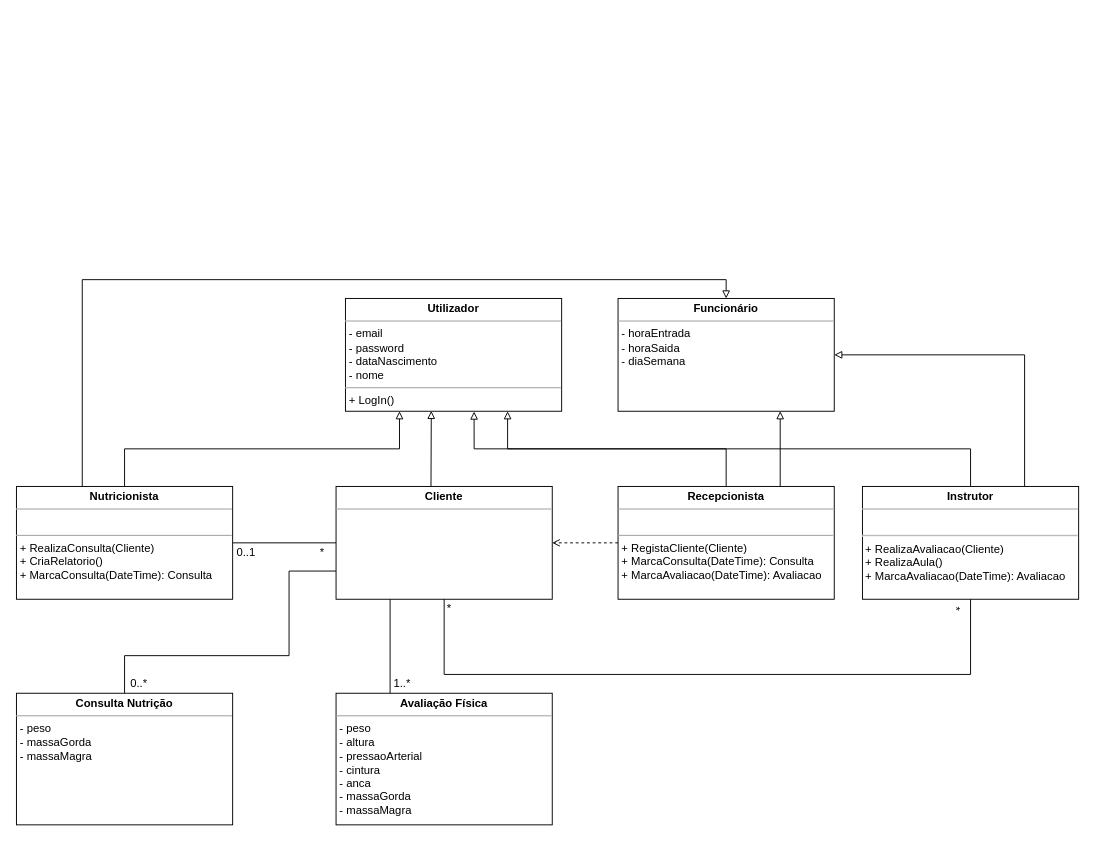
Before: 2_1_6_Proj1/diagrama/ClassDiagram.drawio in AlexandrePSantos/GestaoGym, a draw.io diagram. Source tidied: cells renumbered, new cells numbered last; positions are measured from the earlier drawing's top-left corner, leaving out a move shared by most shapes. Both pictures are drawn from the tidied source at 94%, with x=0, y=0 at pixel (16, 279).
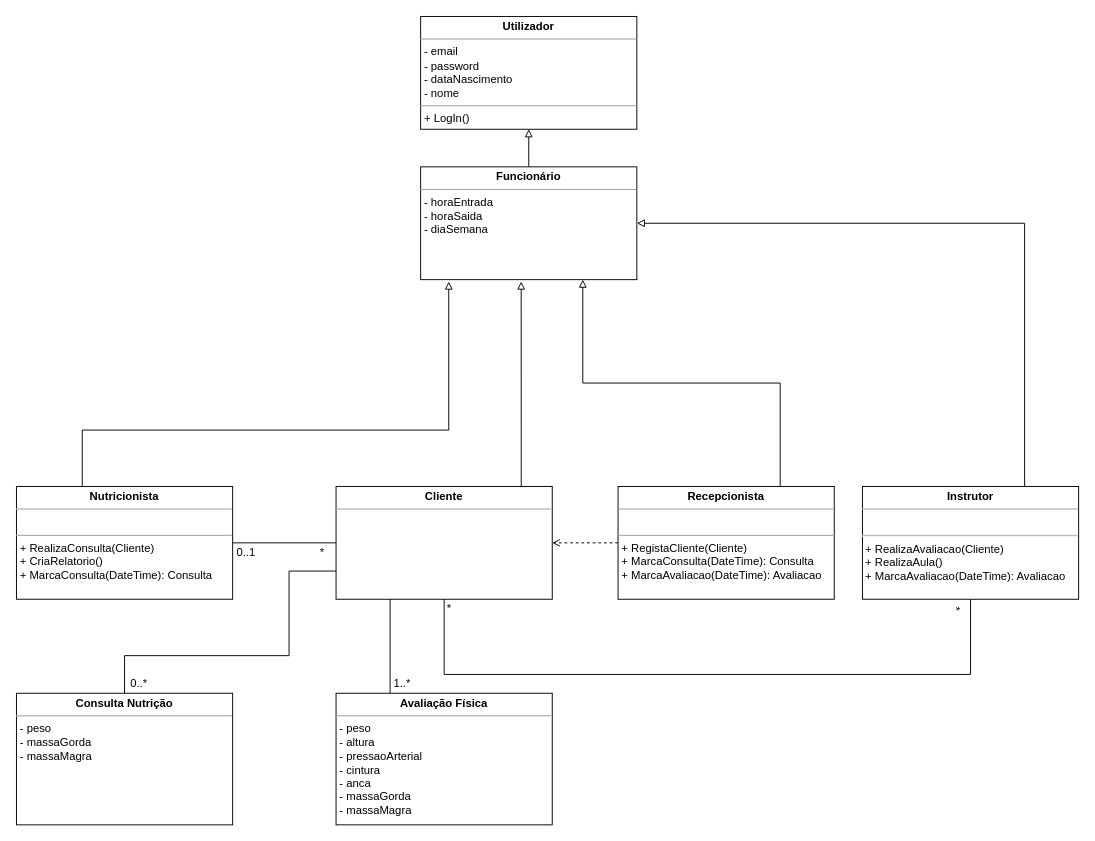
The same diagram, later.

The change refers to these unchanged cells:
```xml
<mxCell id="4" value="&lt;p style=&quot;margin: 0px ; margin-top: 4px ; text-align: center&quot;&gt;&lt;b&gt;Nutricionista&lt;/b&gt;&lt;/p&gt;&lt;hr size=&quot;1&quot;&gt;&lt;p style=&quot;margin: 0px ; margin-left: 4px&quot;&gt;&lt;br&gt;&lt;/p&gt;&lt;hr size=&quot;1&quot;&gt;&lt;p style=&quot;margin: 0px ; margin-left: 4px&quot;&gt;+ RealizaConsulta(Cliente)&lt;/p&gt;&lt;p style=&quot;margin: 0px ; margin-left: 4px&quot;&gt;+ CriaRelatorio()&lt;/p&gt;&lt;p style=&quot;margin: 0px ; margin-left: 4px&quot;&gt;+ MarcaConsulta(DateTime): Consulta&lt;/p&gt;" style="verticalAlign=top;align=left;overflow=fill;fontSize=12;fontFamily=Helvetica;html=1;" parent="1" vertex="1">
  <mxGeometry y="220" width="230" height="120" as="geometry" />
</mxCell>
<mxCell id="6" value="&lt;p style=&quot;margin: 0px ; margin-top: 4px ; text-align: center&quot;&gt;&lt;b&gt;Cliente&lt;/b&gt;&lt;/p&gt;&lt;hr size=&quot;1&quot;&gt;&lt;p style=&quot;margin: 0px ; margin-left: 4px&quot;&gt;&lt;br&gt;&lt;/p&gt;" style="verticalAlign=top;align=left;overflow=fill;fontSize=12;fontFamily=Helvetica;html=1;" parent="1" vertex="1">
  <mxGeometry x="340" y="220" width="230" height="120" as="geometry" />
</mxCell>
<mxCell id="12" value="&lt;p style=&quot;margin: 0px ; margin-top: 4px ; text-align: center&quot;&gt;&lt;b&gt;Instrutor&lt;/b&gt;&lt;/p&gt;&lt;hr size=&quot;1&quot;&gt;&lt;p style=&quot;margin: 0px ; margin-left: 4px&quot;&gt;&lt;br&gt;&lt;/p&gt;&lt;hr&gt;&amp;nbsp;+ RealizaAvaliacao(Cliente)&lt;br&gt;&amp;nbsp;+ RealizaAula()&lt;br&gt;&amp;nbsp;+ MarcaAvaliacao(DateTime): Avaliacao" style="verticalAlign=top;align=left;overflow=fill;fontSize=12;fontFamily=Helvetica;html=1;" parent="1" vertex="1">
  <mxGeometry x="900" y="220" width="230" height="120" as="geometry" />
</mxCell>
<mxCell id="18" value="&lt;p style=&quot;margin: 0px ; margin-top: 4px ; text-align: center&quot;&gt;&lt;b&gt;Recepcionista&lt;/b&gt;&lt;/p&gt;&lt;hr size=&quot;1&quot;&gt;&lt;p style=&quot;margin: 0px ; margin-left: 4px&quot;&gt;&lt;br&gt;&lt;/p&gt;&lt;hr size=&quot;1&quot;&gt;&lt;p style=&quot;margin: 0px ; margin-left: 4px&quot;&gt;+ RegistaCliente(Cliente)&lt;/p&gt;&lt;p style=&quot;margin: 0px ; margin-left: 4px&quot;&gt;+ MarcaConsulta(DateTime): Consulta&lt;/p&gt;&lt;p style=&quot;margin: 0px ; margin-left: 4px&quot;&gt;+ MarcaAvaliacao(DateTime): Avaliacao&lt;/p&gt;" style="verticalAlign=top;align=left;overflow=fill;fontSize=12;fontFamily=Helvetica;html=1;" parent="1" vertex="1">
  <mxGeometry x="640" y="220" width="230" height="120" as="geometry" />
</mxCell>
```

Change to the diagram source:
```diff
@@
-    <mxCell id="2" style="edgeStyle=orthogonalEdgeStyle;rounded=0;jettySize=auto;html=1;entryX=0.25;entryY=1;entryDx=0;entryDy=0;endArrow=block;endFill=0;exitX=0.5;exitY=0;exitDx=0;exitDy=0;" parent="1" edge="1" source="4" target="20">
-      <mxGeometry relative="1" as="geometry" />
-    </mxCell>
-    <mxCell id="3" style="edgeStyle=orthogonalEdgeStyle;rounded=0;jettySize=auto;html=1;entryX=0.5;entryY=0;entryDx=0;entryDy=0;endArrow=block;endFill=0;" parent="1" edge="1" source="4" target="24">
+    <mxCell id="3" style="edgeStyle=orthogonalEdgeStyle;rounded=0;jettySize=auto;html=1;entryX=0.13;entryY=1.017;entryDx=0;entryDy=0;endArrow=block;endFill=0;entryPerimeter=0;" parent="1" edge="1" source="4" target="24">
       <mxGeometry relative="1" as="geometry">
         <Array as="points">
-          <mxPoint x="70" />
-          <mxPoint x="755" />
+          <mxPoint x="70" y="160" />
+          <mxPoint x="460" y="160" />
         </Array>
       </mxGeometry>
     </mxCell>
@@
-    <mxCell id="5" style="edgeStyle=orthogonalEdgeStyle;rounded=0;jettySize=auto;html=1;endArrow=block;endFill=0;entryX=0.397;entryY=0.997;entryDx=0;entryDy=0;entryPerimeter=0;" parent="1" edge="1" target="20">
-      <mxGeometry relative="1" as="geometry">
-        <mxPoint x="441" y="220" as="sourcePoint" />
-        <Array as="points">
-          <mxPoint x="441" y="220" />
-        </Array>
-      </mxGeometry>
-    </mxCell>
+    <mxCell id="28" style="edgeStyle=orthogonalEdgeStyle;rounded=0;jettySize=auto;html=1;entryX=0.465;entryY=1.017;entryDx=0;entryDy=0;entryPerimeter=0;endArrow=block;endFill=0;" parent="1" edge="1" source="6" target="24">
+      <mxGeometry relative="1" as="geometry">
+        <Array as="points">
+          <mxPoint x="537" y="160" />
+          <mxPoint x="537" y="160" />
+        </Array>
+      </mxGeometry>
+    </mxCell>
@@
-    <mxCell id="10" style="edgeStyle=orthogonalEdgeStyle;rounded=0;jettySize=auto;html=1;entryX=0.75;entryY=1;entryDx=0;entryDy=0;endArrow=block;endFill=0;" parent="1" edge="1" source="12" target="20">
-      <mxGeometry relative="1" as="geometry">
-        <Array as="points">
-          <mxPoint x="1015" y="180" />
-          <mxPoint x="523" y="180" />
-        </Array>
-      </mxGeometry>
-    </mxCell>
@@
-    <mxCell id="16" style="edgeStyle=orthogonalEdgeStyle;rounded=0;jettySize=auto;html=1;endArrow=block;endFill=0;exitX=0.5;exitY=0;exitDx=0;exitDy=0;entryX=0.595;entryY=1.003;entryDx=0;entryDy=0;entryPerimeter=0;" parent="1" edge="1" source="18" target="20">
-      <mxGeometry relative="1" as="geometry" />
-    </mxCell>
@@
     <mxCell id="20" value="&lt;p style=&quot;margin: 0px ; margin-top: 4px ; text-align: center&quot;&gt;&lt;b&gt;Utilizador&lt;/b&gt;&lt;/p&gt;&lt;hr size=&quot;1&quot;&gt;&lt;p style=&quot;margin: 0px ; margin-left: 4px&quot;&gt;- email&lt;/p&gt;&lt;p style=&quot;margin: 0px ; margin-left: 4px&quot;&gt;- password&lt;/p&gt;&lt;p style=&quot;margin: 0px ; margin-left: 4px&quot;&gt;- dataNascimento&lt;/p&gt;&lt;p style=&quot;margin: 0px ; margin-left: 4px&quot;&gt;- nome&lt;/p&gt;&lt;hr size=&quot;1&quot;&gt;&lt;p style=&quot;margin: 0px ; margin-left: 4px&quot;&gt;+ LogIn()&lt;/p&gt;" style="verticalAlign=top;align=left;overflow=fill;fontSize=12;fontFamily=Helvetica;html=1;" parent="1" vertex="1">
-      <mxGeometry x="350" y="20" width="230" height="120" as="geometry" />
+      <mxGeometry x="430" y="-280" width="230" height="120" as="geometry" />
     </mxCell>
@@
+    <mxCell id="29" style="edgeStyle=orthogonalEdgeStyle;rounded=0;jettySize=auto;html=1;entryX=0.5;entryY=1;entryDx=0;entryDy=0;endArrow=block;endFill=0;" parent="1" edge="1" source="24" target="20">
+      <mxGeometry relative="1" as="geometry" />
+    </mxCell>
     <mxCell id="24" value="&lt;p style=&quot;margin: 0px ; margin-top: 4px ; text-align: center&quot;&gt;&lt;b&gt;Funcionário&lt;/b&gt;&lt;/p&gt;&lt;hr size=&quot;1&quot;&gt;&lt;p style=&quot;margin: 0px ; margin-left: 4px&quot;&gt;- horaEntrada&lt;/p&gt;&lt;p style=&quot;margin: 0px ; margin-left: 4px&quot;&gt;- horaSaida&lt;/p&gt;&lt;p style=&quot;margin: 0px ; margin-left: 4px&quot;&gt;- diaSemana&lt;/p&gt;" style="verticalAlign=top;align=left;overflow=fill;fontSize=12;fontFamily=Helvetica;html=1;" parent="1" vertex="1">
-      <mxGeometry x="640" y="20" width="230" height="120" as="geometry" />
+      <mxGeometry x="430" y="-120" width="230" height="120" as="geometry" />
     </mxCell>
```
